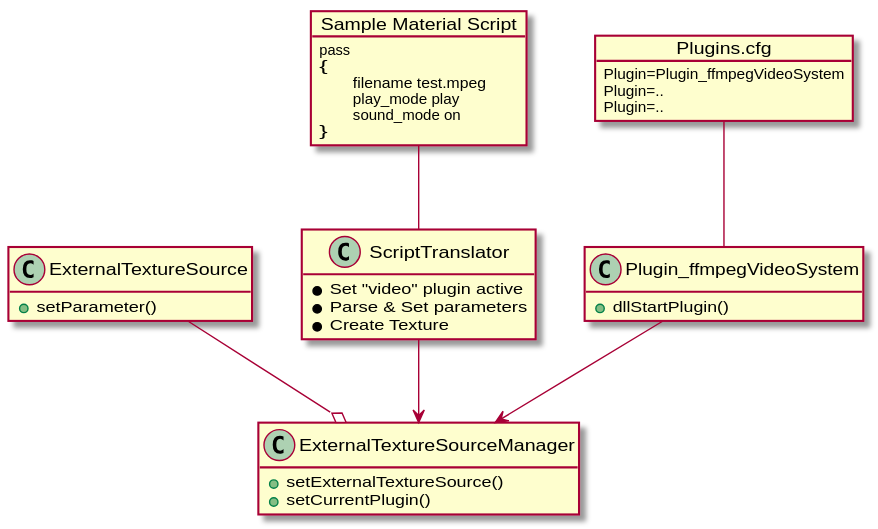
Before: Docs/src/images/TextureSource.svg, a diagram exported from PlantUML (OGRECave/ogre). Its source is kept beside it as Docs/src/umldocs/TextureSource.puml.
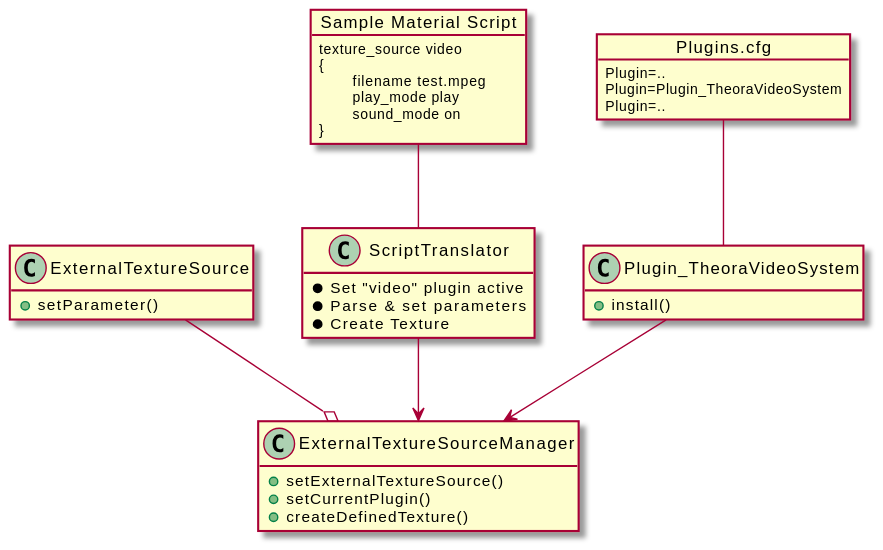
Later version of the same file.

Commit message:
Docs: correct External Texture Sources documentation

Diff of the diagram source:
```diff
@@ -1,4 +1,5 @@
 @startuml
+skinparam backgroundcolor transparent
 hide empty members
 set namespaceSeparator none
 class ExternalTextureSource {
@@ -7,27 +8,28 @@
 class ExternalTextureSourceManager {
 + setExternalTextureSource()
 + setCurrentPlugin()
++ createDefinedTexture()
 }
-ExternalTextureSource -up-o ExternalTextureSourceManager
+ExternalTextureSource -down-o ExternalTextureSourceManager
 class ScriptTranslator {
     * Set "video" plugin active
-    * Parse & Set parameters
+    * Parse & set parameters
     * Create Texture
 }
-class Plugin_ffmpegVideoSystem {
-+ dllStartPlugin()
+class Plugin_TheoraVideoSystem {
++ install()
 }
 object Plugins.cfg {
-    Plugin=Plugin_ffmpegVideoSystem
     Plugin=..
+    Plugin=Plugin_TheoraVideoSystem
     Plugin=..
 }
-Plugins.cfg -- Plugin_ffmpegVideoSystem
-Plugin_ffmpegVideoSystem -down-> ExternalTextureSourceManager
+Plugins.cfg -- Plugin_TheoraVideoSystem
+Plugin_TheoraVideoSystem -down-> ExternalTextureSourceManager
 ScriptTranslator -down-> ExternalTextureSourceManager
 
 object "Sample Material Script" as material {
-pass
+texture_source video
 &#123;
 \tfilename test.mpeg
 \tplay_mode play
```
